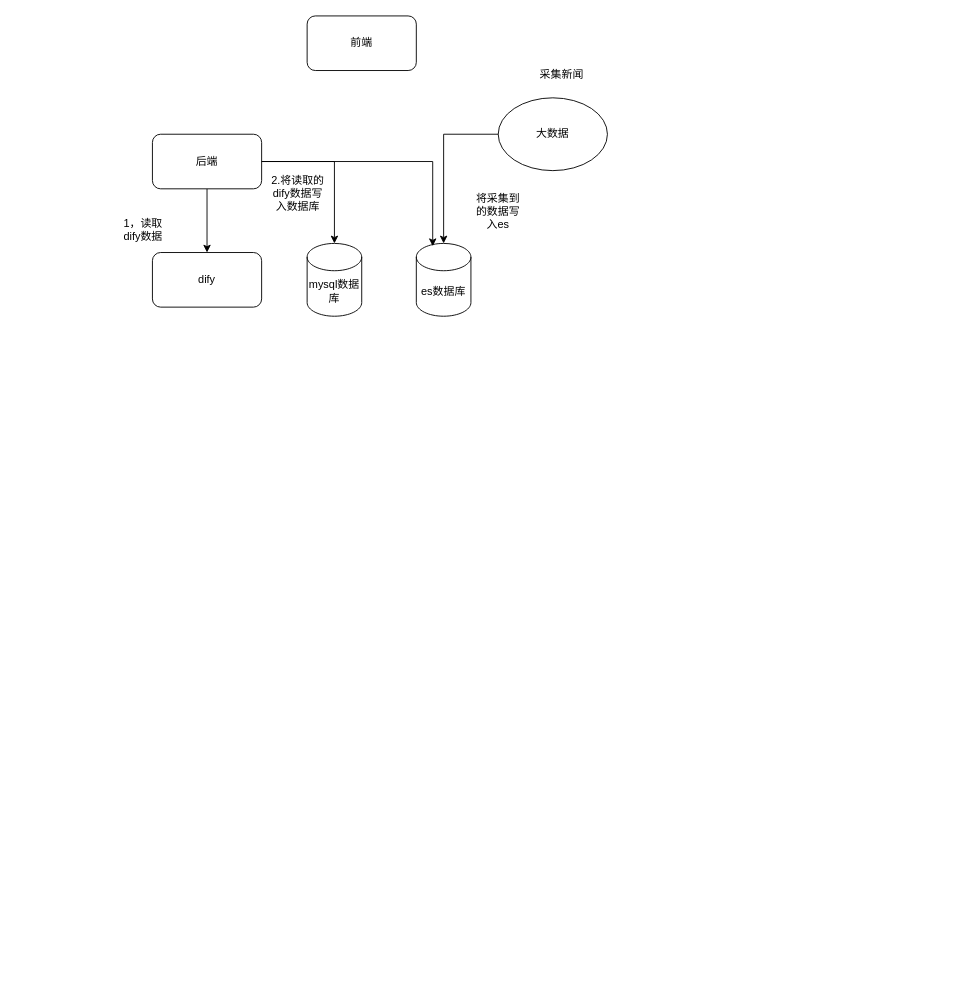
The draw.io diagram company.drawio in Rodma1/draw, before the edit. Source tidied: cells renumbered, new cells numbered last; positions are measured from the earlier drawing's top-left corner, leaving out a move shared by most shapes. Both pictures are drawn from the tidied source at 91%, with x=0, y=0 at pixel (116, 15).
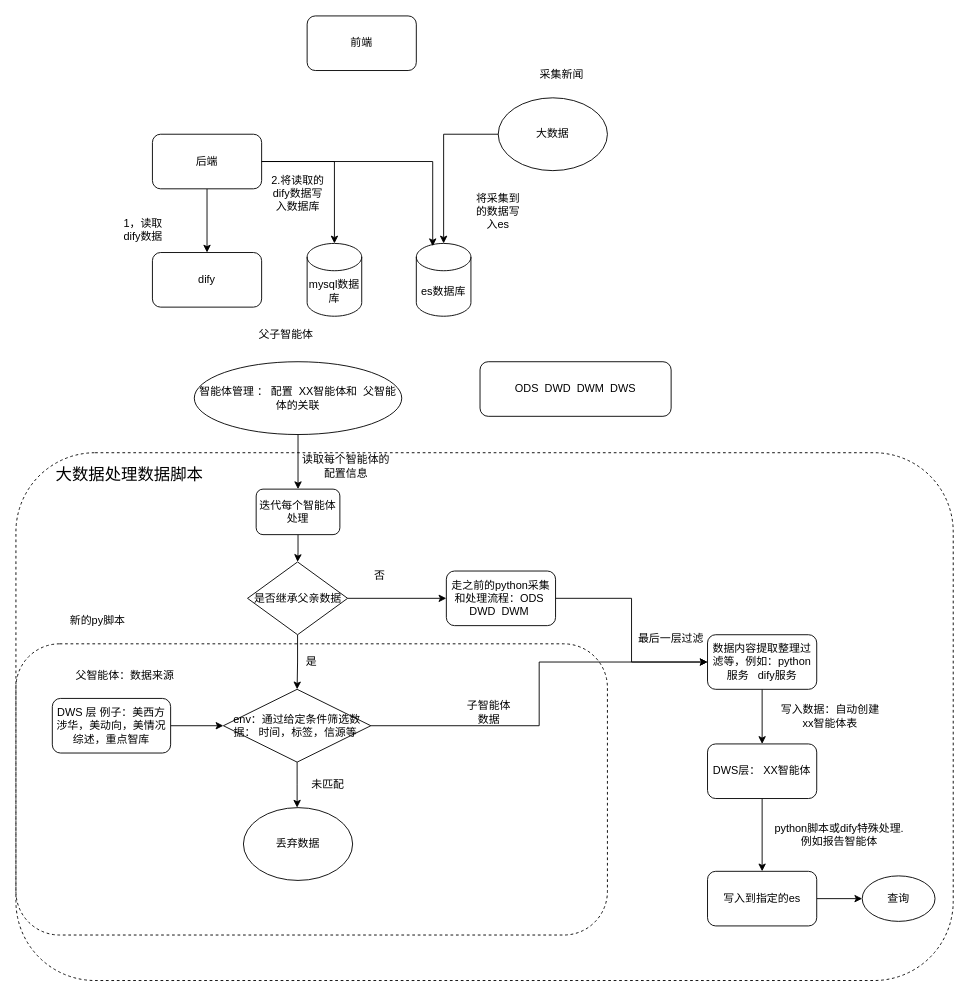
After the change.

Diff of the diagram source:
```diff
@@
+    <mxCell id="16" style="rounded=1;whiteSpace=wrap;html=1;dashed=1;fillColor=none;" parent="1" vertex="1">
+      <mxGeometry x="-110" y="480" width="1030" height="580" as="geometry" />
+    </mxCell>
+    <mxCell id="17" style="rounded=1;whiteSpace=wrap;html=1;dashed=1;fillColor=none;" parent="1" vertex="1">
+      <mxGeometry x="-110" y="690" width="650" height="320" as="geometry" />
+    </mxCell>
@@
+    <mxCell id="18" style="edgeStyle=orthogonalEdgeStyle;rounded=0;jettySize=auto;html=1;entryX=0;entryY=0.5;entryDx=0;entryDy=0;" parent="1" edge="1" source="19" target="25">
+      <mxGeometry relative="1" as="geometry" />
+    </mxCell>
+    <mxCell id="19" value="DWS 层 例子：美西方涉华，美动向，美情况综述，重点智库" style="rounded=1;whiteSpace=wrap;html=1;" parent="1" vertex="1">
+      <mxGeometry x="-70" y="750" width="130" height="60" as="geometry" />
+    </mxCell>
+    <mxCell id="20" value="父子智能体" style="text;html=1;whiteSpace=wrap;strokeColor=none;fillColor=none;align=center;verticalAlign=middle;rounded=0;" parent="1" vertex="1">
+      <mxGeometry x="131.5" y="335" width="110" height="30" as="geometry" />
+    </mxCell>
+    <mxCell id="21" value="父智能体：数据来源" style="text;html=1;whiteSpace=wrap;strokeColor=none;fillColor=none;align=center;verticalAlign=middle;rounded=0;" parent="1" vertex="1">
+      <mxGeometry x="-50" y="710" width="120" height="30" as="geometry" />
+    </mxCell>
+    <mxCell id="22" value="子智能体数据" style="text;html=1;whiteSpace=wrap;strokeColor=none;fillColor=none;align=center;verticalAlign=middle;rounded=0;" parent="1" vertex="1">
+      <mxGeometry x="380" y="750" width="60" height="30" as="geometry" />
+    </mxCell>
+    <mxCell id="23" style="edgeStyle=orthogonalEdgeStyle;rounded=0;jettySize=auto;html=1;" parent="1" edge="1" source="25">
+      <mxGeometry relative="1" as="geometry">
+        <mxPoint x="199" y="870" as="targetPoint" />
+      </mxGeometry>
+    </mxCell>
+    <mxCell id="24" style="edgeStyle=orthogonalEdgeStyle;rounded=0;jettySize=auto;html=1;entryX=0;entryY=0.5;entryDx=0;entryDy=0;" parent="1" edge="1" source="25" target="43">
+      <mxGeometry relative="1" as="geometry" />
+    </mxCell>
+    <mxCell id="25" value="env：通过给定条件筛选数据： 时间，标签，信源等&amp;nbsp;" style="rhombus;whiteSpace=wrap;html=1;shapeInside=1;" parent="1" vertex="1">
+      <mxGeometry x="118" y="740" width="162" height="80" as="geometry" />
+    </mxCell>
+    <mxCell id="26" value="丢弃数据" style="ellipse;whiteSpace=wrap;html=1;shapeInside=1;" parent="1" vertex="1">
+      <mxGeometry x="140" y="870" width="120" height="80" as="geometry" />
+    </mxCell>
+    <mxCell id="27" value="未匹配" style="text;html=1;whiteSpace=wrap;strokeColor=none;fillColor=none;align=center;verticalAlign=middle;rounded=0;" parent="1" vertex="1">
+      <mxGeometry x="203" y="830" width="60" height="30" as="geometry" />
+    </mxCell>
+    <mxCell id="28" value="读取每个智能体的配置信息" style="text;html=1;whiteSpace=wrap;strokeColor=none;fillColor=none;align=center;verticalAlign=middle;rounded=0;" parent="1" vertex="1">
+      <mxGeometry x="203" y="480" width="100" height="30" as="geometry" />
+    </mxCell>
+    <mxCell id="29" style="edgeStyle=orthogonalEdgeStyle;rounded=0;jettySize=auto;html=1;entryX=0.5;entryY=0;entryDx=0;entryDy=0;" parent="1" edge="1" source="31" target="25">
+      <mxGeometry relative="1" as="geometry" />
+    </mxCell>
+    <mxCell id="30" style="edgeStyle=orthogonalEdgeStyle;rounded=0;jettySize=auto;html=1;entryX=0;entryY=0.5;entryDx=0;entryDy=0;" parent="1" edge="1" source="31" target="37">
+      <mxGeometry relative="1" as="geometry" />
+    </mxCell>
+    <mxCell id="31" value="是否继承父亲数据" style="rhombus;whiteSpace=wrap;html=1;shapeInside=1;" parent="1" vertex="1">
+      <mxGeometry x="144.5" y="600" width="110" height="80" as="geometry" />
+    </mxCell>
+    <mxCell id="32" style="edgeStyle=orthogonalEdgeStyle;rounded=0;jettySize=auto;html=1;entryX=0.5;entryY=0;entryDx=0;entryDy=0;" parent="1" edge="1" source="33" target="50">
+      <mxGeometry relative="1" as="geometry" />
+    </mxCell>
+    <mxCell id="33" value="智能体管理 ： 配置&amp;nbsp; XX智能体和&amp;nbsp; 父智能体的关联" style="ellipse;whiteSpace=wrap;html=1;shapeInside=1;" parent="1" vertex="1">
+      <mxGeometry x="86" y="380" width="228" height="80" as="geometry" />
+    </mxCell>
+    <mxCell id="34" value="新的py脚本" style="text;html=1;whiteSpace=wrap;strokeColor=none;fillColor=none;align=center;verticalAlign=middle;rounded=0;" parent="1" vertex="1">
+      <mxGeometry x="-70" y="650" width="100" height="30" as="geometry" />
+    </mxCell>
+    <mxCell id="35" value="是" style="text;html=1;whiteSpace=wrap;strokeColor=none;fillColor=none;align=center;verticalAlign=middle;rounded=0;" parent="1" vertex="1">
+      <mxGeometry x="185" y="695" width="60" height="30" as="geometry" />
+    </mxCell>
+    <mxCell id="36" style="edgeStyle=orthogonalEdgeStyle;rounded=0;jettySize=auto;html=1;entryX=0;entryY=0.5;entryDx=0;entryDy=0;" parent="1" edge="1" source="37" target="43">
+      <mxGeometry relative="1" as="geometry" />
+    </mxCell>
+    <mxCell id="37" value="走之前的python采集和处理流程：ODS&amp;nbsp; DWD&amp;nbsp; DWM&amp;nbsp;" style="rounded=1;whiteSpace=wrap;html=1;" parent="1" vertex="1">
+      <mxGeometry x="363" y="610" width="120" height="60" as="geometry" />
+    </mxCell>
+    <mxCell id="38" value="否" style="text;html=1;whiteSpace=wrap;strokeColor=none;fillColor=none;align=center;verticalAlign=middle;rounded=0;" parent="1" vertex="1">
+      <mxGeometry x="260" y="600" width="60" height="30" as="geometry" />
+    </mxCell>
+    <mxCell id="39" value="ODS&amp;nbsp; DWD&amp;nbsp; DWM&amp;nbsp; DWS" style="rounded=1;whiteSpace=wrap;html=1;" parent="1" vertex="1">
+      <mxGeometry x="400" y="380" width="210" height="60" as="geometry" />
+    </mxCell>
+    <mxCell id="40" style="edgeStyle=orthogonalEdgeStyle;rounded=0;jettySize=auto;html=1;" parent="1" edge="1" source="41" target="46">
+      <mxGeometry relative="1" as="geometry" />
+    </mxCell>
+    <mxCell id="41" value="DWS层： XX智能体" style="rounded=1;whiteSpace=wrap;html=1;" parent="1" vertex="1">
+      <mxGeometry x="650" y="800" width="120" height="60" as="geometry" />
+    </mxCell>
+    <mxCell id="42" style="edgeStyle=orthogonalEdgeStyle;rounded=0;jettySize=auto;html=1;entryX=0.5;entryY=0;entryDx=0;entryDy=0;" parent="1" edge="1" source="43" target="41">
+      <mxGeometry relative="1" as="geometry" />
+    </mxCell>
+    <mxCell id="43" value="数据内容提取整理过滤等，例如：python服务&amp;nbsp; &amp;nbsp;dify服务" style="rounded=1;whiteSpace=wrap;html=1;" parent="1" vertex="1">
+      <mxGeometry x="650" y="680" width="120" height="60" as="geometry" />
+    </mxCell>
+    <mxCell id="44" value="&lt;font style=&quot;font-size: 18px;&quot;&gt;大数据处理数据脚本&lt;/font&gt;" style="text;html=1;whiteSpace=wrap;strokeColor=none;fillColor=none;align=center;verticalAlign=middle;rounded=0;" parent="1" vertex="1">
+      <mxGeometry x="-80" y="490" width="190" height="30" as="geometry" />
+    </mxCell>
+    <mxCell id="45" style="edgeStyle=orthogonalEdgeStyle;rounded=0;jettySize=auto;html=1;" parent="1" edge="1" source="46" target="47">
+      <mxGeometry relative="1" as="geometry" />
+    </mxCell>
+    <mxCell id="46" value="写入到指定的es" style="rounded=1;whiteSpace=wrap;html=1;" parent="1" vertex="1">
+      <mxGeometry x="650" y="940" width="120" height="60" as="geometry" />
+    </mxCell>
+    <mxCell id="47" value="查询" style="ellipse;whiteSpace=wrap;html=1;shapeInside=1;rounded=1;" parent="1" vertex="1">
+      <mxGeometry x="820" y="945" width="80" height="50" as="geometry" />
+    </mxCell>
+    <mxCell id="48" value="最后一层过滤" style="text;html=1;whiteSpace=wrap;strokeColor=none;fillColor=none;align=center;verticalAlign=middle;rounded=0;" parent="1" vertex="1">
+      <mxGeometry x="570" y="670" width="80" height="30" as="geometry" />
+    </mxCell>
+    <mxCell id="49" style="edgeStyle=orthogonalEdgeStyle;rounded=0;jettySize=auto;html=1;" parent="1" edge="1" source="50" target="31">
+      <mxGeometry relative="1" as="geometry" />
+    </mxCell>
+    <mxCell id="50" value="迭代每个智能体处理" style="rounded=1;whiteSpace=wrap;html=1;" parent="1" vertex="1">
+      <mxGeometry x="154" y="520" width="92" height="50" as="geometry" />
+    </mxCell>
+    <mxCell id="51" value="python脚本或dify特殊处理.例如报告智能体" style="text;html=1;whiteSpace=wrap;strokeColor=none;fillColor=none;align=center;verticalAlign=middle;rounded=0;" parent="1" vertex="1">
+      <mxGeometry x="720" y="885" width="150" height="30" as="geometry" />
+    </mxCell>
+    <mxCell id="52" value="写入数据：自动创建xx智能体表" style="text;html=1;whiteSpace=wrap;strokeColor=none;fillColor=none;align=center;verticalAlign=middle;rounded=0;" parent="1" vertex="1">
+      <mxGeometry x="730" y="755" width="110" height="30" as="geometry" />
+    </mxCell>
```
